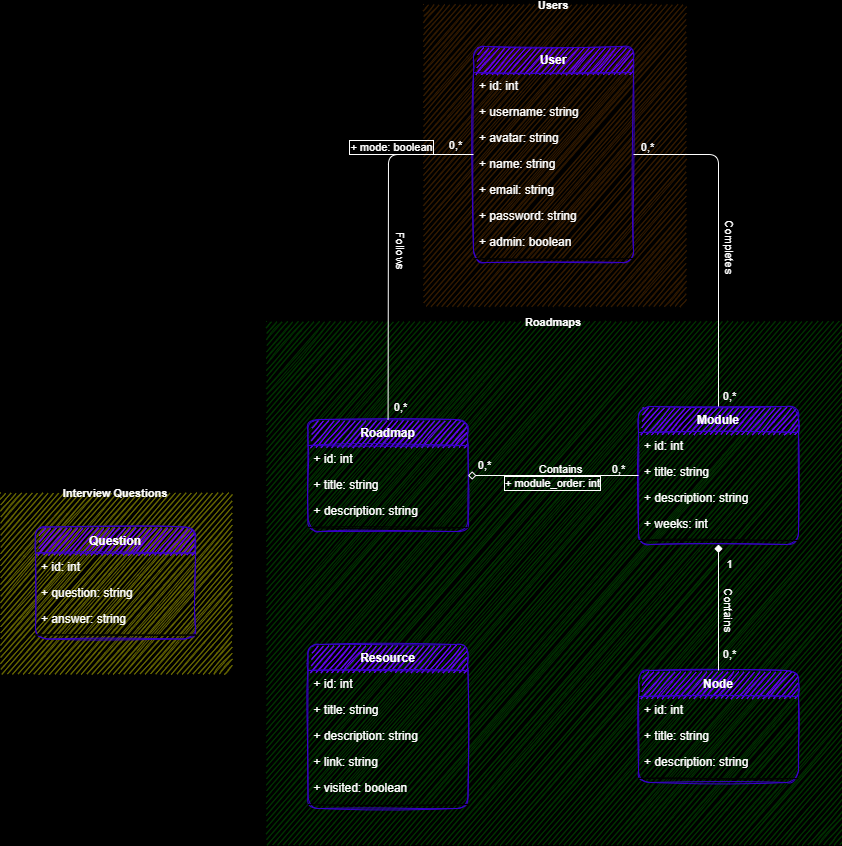
This is Modelization/class_diagram.png from aymenBenadra/DevQuests, a draw.io export, as it was before one commit. Source tidied: cells renumbered, new cells last; positions are measured from the earlier drawing's top-left corner, leaving out a move shared by most shapes.
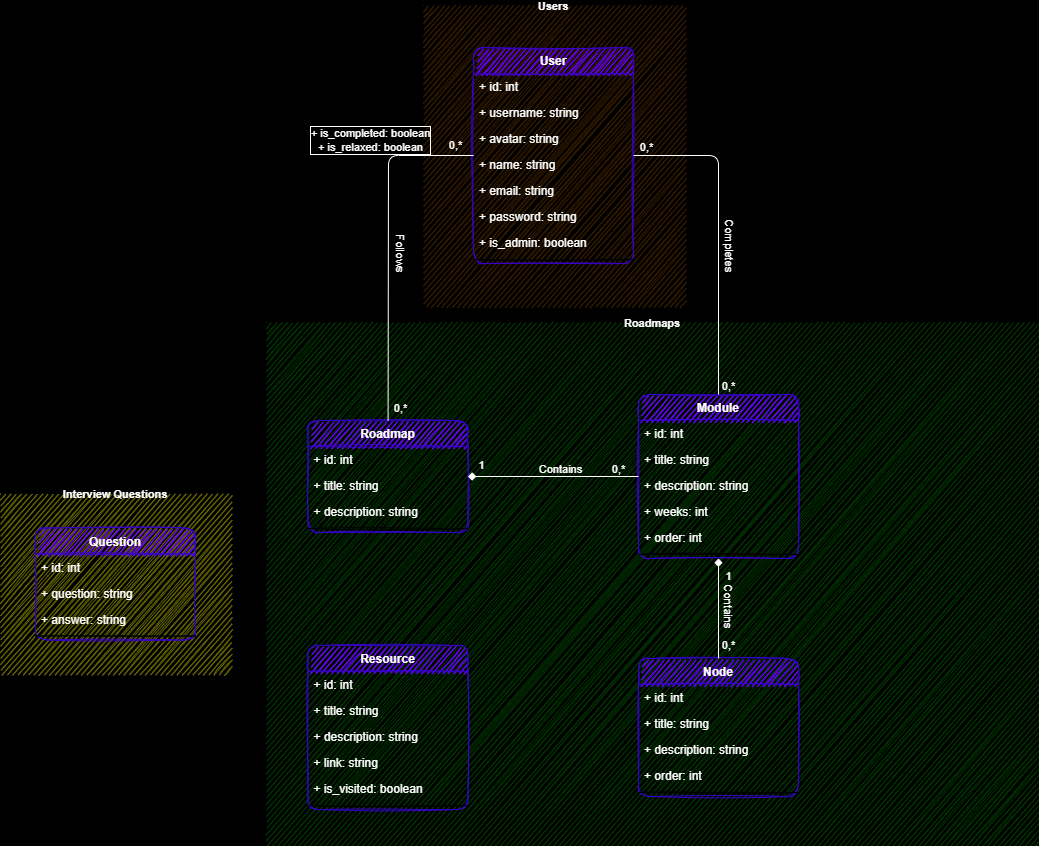
Later version of the same file.

The edit, as a diff of the source:
```diff
@@ -26,14 +26,14 @@
     <mxCell id="9" value="+ password: string" style="text;strokeColor=none;fillColor=none;align=left;verticalAlign=top;spacingLeft=4;spacingRight=4;overflow=hidden;fontColor=#FFFFFF;rounded=1;sketch=1;labelBorderColor=none;" parent="3" vertex="1">
       <mxGeometry y="156" width="160" height="26" as="geometry" />
     </mxCell>
-    <mxCell id="10" value="+ admin: boolean" style="text;strokeColor=none;fillColor=none;align=left;verticalAlign=top;spacingLeft=4;spacingRight=4;overflow=hidden;fontColor=#FFFFFF;rounded=1;sketch=1;labelBorderColor=none;" parent="3" vertex="1">
+    <mxCell id="10" value="+ is_admin: boolean" style="text;strokeColor=none;fillColor=none;align=left;verticalAlign=top;spacingLeft=4;spacingRight=4;overflow=hidden;fontColor=#FFFFFF;rounded=1;sketch=1;labelBorderColor=none;" parent="3" vertex="1">
       <mxGeometry y="182" width="160" height="26" as="geometry" />
     </mxCell>
     <mxCell id="11" style="line;strokeWidth=1;fillColor=none;align=left;verticalAlign=middle;spacingTop=-1;spacingLeft=3;spacingRight=3;labelPosition=right;fontColor=#FFFFFF;rounded=1;sketch=1;labelBorderColor=none;" parent="3" vertex="1">
       <mxGeometry y="208" width="160" height="8" as="geometry" />
     </mxCell>
     <mxCell id="12" value="Roadmaps" style="swimlane;startSize=0;rounded=1;shadow=0;glass=0;labelBackgroundColor=none;comic=0;fontSize=11;strokeColor=none;fillColor=none;gradientColor=none;gradientDirection=north;swimlaneFillColor=#003300;fontColor=#FFFFFF;sketch=1;labelBorderColor=none;" parent="1" vertex="1">
-      <mxGeometry x="266" y="317" width="574" height="523" as="geometry" />
+      <mxGeometry x="266" y="317" width="772" height="523" as="geometry" />
     </mxCell>
     <mxCell id="13" value="Resource" style="swimlane;fontStyle=1;align=center;verticalAlign=top;horizontal=1;startSize=26;fillColor=#6a00ff;fontColor=#FFFFFF;rounded=1;sketch=1;labelBorderColor=none;strokeColor=#3700CC;" parent="12" vertex="1">
       <mxGeometry x="41.5" y="323" width="160" height="164" as="geometry" />
@@ -50,14 +50,14 @@
     <mxCell id="17" value="+ link: string" style="text;strokeColor=none;fillColor=none;align=left;verticalAlign=top;spacingLeft=4;spacingRight=4;overflow=hidden;fontColor=#FFFFFF;rounded=1;sketch=1;labelBorderColor=none;" parent="13" vertex="1">
       <mxGeometry y="104" width="160" height="26" as="geometry" />
     </mxCell>
-    <mxCell id="18" value="+ visited: boolean" style="text;strokeColor=none;fillColor=none;align=left;verticalAlign=top;spacingLeft=4;spacingRight=4;overflow=hidden;fontColor=#FFFFFF;rounded=1;sketch=1;labelBorderColor=none;" parent="13" vertex="1">
+    <mxCell id="18" value="+ is_visited: boolean" style="text;strokeColor=none;fillColor=none;align=left;verticalAlign=top;spacingLeft=4;spacingRight=4;overflow=hidden;fontColor=#FFFFFF;rounded=1;sketch=1;labelBorderColor=none;" parent="13" vertex="1">
       <mxGeometry y="130" width="160" height="26" as="geometry" />
     </mxCell>
     <mxCell id="19" style="line;strokeWidth=1;fillColor=none;align=left;verticalAlign=middle;spacingTop=-1;spacingLeft=3;spacingRight=3;labelPosition=right;fontColor=#FFFFFF;rounded=1;sketch=1;labelBorderColor=none;" parent="13" vertex="1">
       <mxGeometry y="156" width="160" height="8" as="geometry" />
     </mxCell>
     <mxCell id="20" value="Module" style="swimlane;fontStyle=1;align=center;verticalAlign=top;horizontal=1;startSize=26;fillColor=#6a00ff;fontColor=#FFFFFF;rounded=1;sketch=1;labelBorderColor=none;strokeColor=#3700CC;" parent="12" vertex="1">
-      <mxGeometry x="372" y="85" width="160" height="138" as="geometry" />
+      <mxGeometry x="372" y="72" width="160" height="164" as="geometry" />
     </mxCell>
     <mxCell id="21" value="+ id: int" style="text;strokeColor=none;fillColor=none;align=left;verticalAlign=top;spacingLeft=4;spacingRight=4;overflow=hidden;fontColor=#FFFFFF;rounded=1;sketch=1;labelBorderColor=none;" parent="20" vertex="1">
       <mxGeometry y="26" width="160" height="26" as="geometry" />
@@ -71,11 +71,14 @@
     <mxCell id="24" value="+ weeks: int" style="text;strokeColor=none;fillColor=none;align=left;verticalAlign=top;spacingLeft=4;spacingRight=4;overflow=hidden;fontColor=#FFFFFF;rounded=1;sketch=1;labelBorderColor=none;" parent="20" vertex="1">
       <mxGeometry y="104" width="160" height="26" as="geometry" />
     </mxCell>
+    <mxCell id="60" value="+ order: int" style="text;strokeColor=none;fillColor=none;align=left;verticalAlign=top;spacingLeft=4;spacingRight=4;overflow=hidden;fontColor=#FFFFFF;rounded=1;sketch=1;labelBorderColor=none;" parent="20" vertex="1">
+      <mxGeometry y="130" width="160" height="26" as="geometry" />
+    </mxCell>
     <mxCell id="25" style="line;strokeWidth=1;fillColor=none;align=left;verticalAlign=middle;spacingTop=-1;spacingLeft=3;spacingRight=3;labelPosition=right;fontColor=#FFFFFF;rounded=1;sketch=1;labelBorderColor=none;" parent="20" vertex="1">
-      <mxGeometry y="130" width="160" height="8" as="geometry" />
+      <mxGeometry y="156" width="160" height="8" as="geometry" />
     </mxCell>
     <mxCell id="26" value="Node" style="swimlane;fontStyle=1;align=center;verticalAlign=top;horizontal=1;startSize=26;fillColor=#6a00ff;fontColor=#FFFFFF;rounded=1;sketch=1;labelBorderColor=none;strokeColor=#3700CC;" parent="12" vertex="1">
-      <mxGeometry x="372" y="349" width="160" height="112" as="geometry" />
+      <mxGeometry x="372" y="336" width="160" height="138" as="geometry" />
     </mxCell>
     <mxCell id="27" value="+ id: int" style="text;strokeColor=none;fillColor=none;align=left;verticalAlign=top;spacingLeft=4;spacingRight=4;overflow=hidden;fontColor=#FFFFFF;rounded=1;sketch=1;labelBorderColor=none;" parent="26" vertex="1">
       <mxGeometry y="26" width="160" height="26" as="geometry" />
@@ -86,8 +89,11 @@
     <mxCell id="29" value="+ description: string" style="text;strokeColor=none;fillColor=none;align=left;verticalAlign=top;spacingLeft=4;spacingRight=4;overflow=hidden;fontColor=#FFFFFF;rounded=1;sketch=1;labelBorderColor=none;" parent="26" vertex="1">
       <mxGeometry y="78" width="160" height="26" as="geometry" />
     </mxCell>
+    <mxCell id="61" value="+ order: int" style="text;strokeColor=none;fillColor=none;align=left;verticalAlign=top;spacingLeft=4;spacingRight=4;overflow=hidden;fontColor=#FFFFFF;rounded=1;sketch=1;labelBorderColor=none;" parent="26" vertex="1">
+      <mxGeometry y="104" width="160" height="26" as="geometry" />
+    </mxCell>
     <mxCell id="30" style="line;strokeWidth=1;fillColor=none;align=left;verticalAlign=middle;spacingTop=-1;spacingLeft=3;spacingRight=3;labelPosition=right;fontColor=#FFFFFF;rounded=1;sketch=1;labelBorderColor=none;" parent="26" vertex="1">
-      <mxGeometry y="104" width="160" height="8" as="geometry" />
+      <mxGeometry y="130" width="160" height="8" as="geometry" />
     </mxCell>
     <mxCell id="31" style="edgeStyle=none;html=1;endArrow=none;endFill=0;startArrow=diamond;startFill=1;fontColor=#FFFFFF;rounded=1;sketch=0;labelBorderColor=none;strokeColor=#FFFFFF;" parent="12" edge="1" source="20" target="26">
       <mxGeometry relative="1" as="geometry" />
@@ -122,7 +128,7 @@
     <mxCell id="39" style="line;strokeWidth=1;fillColor=none;align=left;verticalAlign=middle;spacingTop=-1;spacingLeft=3;spacingRight=3;labelPosition=right;fontColor=#FFFFFF;rounded=1;sketch=1;labelBorderColor=none;" parent="35" vertex="1">
       <mxGeometry y="104" width="160" height="8" as="geometry" />
     </mxCell>
-    <mxCell id="40" style="edgeStyle=none;html=1;endArrow=none;endFill=0;startArrow=diamond;startFill=0;fontColor=#FFFFFF;rounded=1;sketch=0;labelBorderColor=none;strokeColor=#FFFFFF;" parent="12" edge="1" source="35" target="20">
+    <mxCell id="40" style="edgeStyle=none;html=1;endArrow=none;endFill=0;startArrow=diamond;startFill=1;fontColor=#FFFFFF;rounded=1;sketch=0;labelBorderColor=none;strokeColor=#FFFFFF;" parent="12" edge="1" source="35" target="20">
       <mxGeometry relative="1" as="geometry" />
     </mxCell>
     <mxCell id="41" value="Contains" style="edgeLabel;html=1;align=center;verticalAlign=middle;labelBackgroundColor=none;fontColor=#FFFFFF;rounded=1;sketch=1;labelBorderColor=none;" parent="40" vertex="1">
@@ -130,9 +136,9 @@
         <mxPoint x="-33" y="-3" as="offset" />
       </mxGeometry>
     </mxCell>
-    <mxCell id="42" value="0,*" style="edgeLabel;html=1;align=center;verticalAlign=middle;fontSize=11;labelBackgroundColor=none;fontColor=#FFFFFF;rounded=1;sketch=1;labelBorderColor=none;" parent="40" vertex="1">
+    <mxCell id="42" value="1" style="edgeLabel;html=1;align=center;verticalAlign=middle;fontSize=11;labelBackgroundColor=none;fontColor=#FFFFFF;rounded=1;sketch=1;labelBorderColor=none;" parent="40" vertex="1">
       <mxGeometry x="-0.81" relative="1" as="geometry">
-        <mxPoint x="1" y="-11" as="offset" />
+        <mxPoint x="-3" y="-11" as="offset" />
       </mxGeometry>
     </mxCell>
     <mxCell id="43" value="0,*" style="edgeLabel;html=1;align=center;verticalAlign=middle;fontSize=11;labelBackgroundColor=none;fontColor=#FFFFFF;rounded=1;sketch=1;labelBorderColor=none;" parent="40" vertex="1">
@@ -140,11 +146,6 @@
         <mxPoint y="-6" as="offset" />
       </mxGeometry>
     </mxCell>
-    <mxCell id="44" value="+ module_order: int" style="edgeLabel;html=1;align=center;verticalAlign=middle;fontColor=#FFFFFF;labelBackgroundColor=none;labelBorderColor=#FFFFFF;" parent="40" vertex="1">
-      <mxGeometry x="0.17" y="-2" relative="1" as="geometry">
-        <mxPoint x="-15" y="5" as="offset" />
-      </mxGeometry>
-    </mxCell>
     <mxCell id="45" style="edgeStyle=none;html=1;endArrow=none;endFill=0;startArrow=none;startFill=0;fontColor=#FFFFFF;rounded=1;sketch=0;labelBorderColor=none;strokeColor=#FFFFFF;" parent="1" edge="1" source="35" target="3">
       <mxGeometry relative="1" as="geometry">
         <Array as="points">
@@ -167,9 +168,9 @@
         <mxPoint x="24" y="-9" as="offset" />
       </mxGeometry>
     </mxCell>
-    <mxCell id="49" value="+ mode: boolean" style="edgeLabel;html=1;align=center;verticalAlign=middle;fontColor=#FFFFFF;labelBackgroundColor=none;labelBorderColor=#FFFFFF;" parent="45" vertex="1">
+    <mxCell id="49" value="+ is_completed: boolean&lt;br&gt;+ is_relaxed: boolean" style="edgeLabel;html=1;align=center;verticalAlign=middle;fontColor=#FFFFFF;labelBackgroundColor=none;labelBorderColor=#FFFFFF;" parent="45" vertex="1">
       <mxGeometry x="0.58" y="-3" relative="1" as="geometry">
-        <mxPoint x="-9" y="-11" as="offset" />
+        <mxPoint x="-29" y="-18" as="offset" />
       </mxGeometry>
     </mxCell>
     <mxCell id="50" value="Interview Questions" style="swimlane;startSize=0;rounded=1;shadow=0;glass=0;labelBackgroundColor=none;comic=0;fontSize=11;strokeColor=none;fillColor=none;gradientColor=none;gradientDirection=north;swimlaneFillColor=#666600;fontColor=#FFFFFF;sketch=1;labelBorderColor=none;" parent="1" vertex="1">
```
